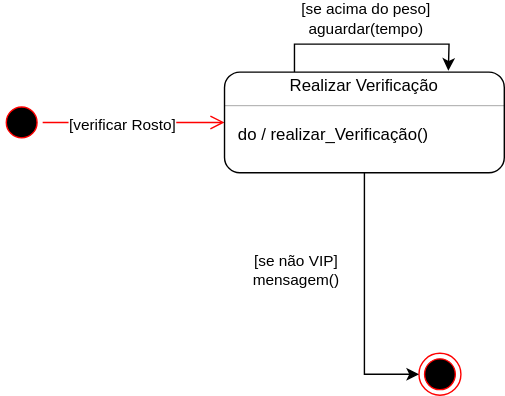
This is Diagrama-Estados/Estado-Verificar-Acesso-VIP.svg from wholocked1/Projeto-2-modelagem, a draw.io export, as it was before one commit. Source tidied: cells renumbered, new cells last; positions are measured from the earlier drawing's top-left corner, leaving out a move shared by most shapes.
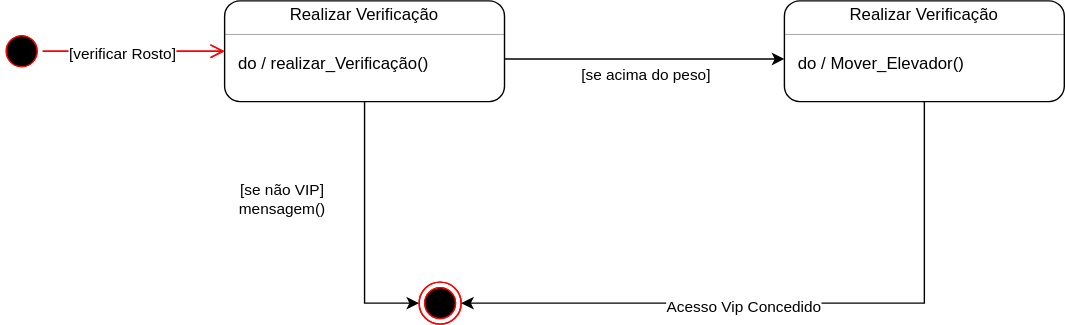
Above is the later version.

The edit, as a diff of the source:
```diff
@@ -2,55 +2,91 @@
   <root>
     <mxCell id="0" />
     <mxCell id="1" parent="0" />
-    <mxCell id="2" style="ellipse;html=1;shape=endState;fillColor=#000000;strokeColor=#ff0000;" parent="1" vertex="1">
-      <mxGeometry x="299" y="202" width="30" height="30" as="geometry" />
-    </mxCell>
-    <mxCell id="3" style="ellipse;html=1;shape=startState;fillColor=#000000;strokeColor=#ff0000;" parent="1" vertex="1">
-      <mxGeometry y="22" width="30" height="30" as="geometry" />
-    </mxCell>
-    <mxCell id="4" style="edgeStyle=orthogonalEdgeStyle;html=1;verticalAlign=bottom;endArrow=open;endSize=8;strokeColor=#ff0000;rounded=0;entryX=0;entryY=0.5;entryDx=0;entryDy=0;" parent="1" edge="1" source="3">
-      <mxGeometry relative="1" as="geometry">
-        <mxPoint x="160" y="37" as="targetPoint" />
-      </mxGeometry>
-    </mxCell>
+    <mxCell id="16" style="ellipse;html=1;shape=endState;fillColor=#000000;strokeColor=#ff0000;" parent="1" vertex="1">
+      <mxGeometry x="299" y="202" width="30" height="30" as="geometry" />
+    </mxCell>
+    <mxCell id="17" style="ellipse;html=1;shape=startState;fillColor=#000000;strokeColor=#ff0000;" parent="1" vertex="1">
+      <mxGeometry y="22" width="30" height="30" as="geometry" />
+    </mxCell>
+    <mxCell id="18" style="edgeStyle=orthogonalEdgeStyle;html=1;verticalAlign=bottom;endArrow=open;endSize=8;strokeColor=#ff0000;rounded=0;entryX=0;entryY=0.5;entryDx=0;entryDy=0;" parent="1" edge="1" source="17">
+      <mxGeometry relative="1" as="geometry">
+        <mxPoint x="160" y="37" as="targetPoint" />
+      </mxGeometry>
+    </mxCell>
+    <mxCell id="19" value="[peso Elevador]" style="edgeLabel;html=1;align=center;verticalAlign=middle;" parent="18" vertex="1">
+      <mxGeometry x="-0.14" y="-1" relative="1" as="geometry" />
+    </mxCell>
+    <mxCell id="6" style="fontStyle=1;align=center;verticalAlign=middle;horizontal=1;rounded=1;absoluteArcSize=1;arcSize=22;" parent="1" vertex="1">
+      <mxGeometry x="160" y="1" width="200" height="72" as="geometry" />
+    </mxCell>
+    <mxCell id="20" value="Realizar Verificação" style="html=1;align=center;spacing=0;verticalAlign=middle;strokeColor=none;fillColor=none;whiteSpace=wrap;" parent="6" vertex="1">
+      <mxGeometry width="200" height="20" as="geometry" />
+    </mxCell>
+    <mxCell id="21" style="line;strokeWidth=0.25;fillColor=none;align=left;verticalAlign=middle;spacingTop=-1;spacingLeft=3;spacingRight=3;labelPosition=right;" parent="6" vertex="1">
+      <mxGeometry y="20" width="200" height="8" as="geometry" />
+    </mxCell>
+    <mxCell id="22" style="html=1;align=left;spacing=0;spacingLeft=10;verticalAlign=middle;strokeColor=none;fillColor=none;whiteSpace=wrap;" parent="6" vertex="1">
+      <mxGeometry y="28" width="200" height="10" as="geometry" />
+    </mxCell>
+    <mxCell id="12" value="do / realizar_Verificação()" style="html=1;align=left;spacing=0;spacingLeft=10;verticalAlign=middle;strokeColor=none;fillColor=none;whiteSpace=wrap;" parent="6" vertex="1">
+      <mxGeometry y="38" width="200" height="14" as="geometry" />
+    </mxCell>
+    <mxCell id="23" style="html=1;align=left;spacing=0;spacingLeft=10;verticalAlign=middle;strokeColor=none;fillColor=none;whiteSpace=wrap;" parent="6" vertex="1">
+      <mxGeometry y="52" width="200" height="20" as="geometry" />
+    </mxCell>
+    <mxCell id="24" style="edgeStyle=orthogonalEdgeStyle;rounded=0;jettySize=auto;html=1;exitX=0.5;exitY=1;exitDx=0;exitDy=0;entryX=0;entryY=0.5;entryDx=0;entryDy=0;" parent="1" edge="1" source="23" target="16">
+      <mxGeometry relative="1" as="geometry" />
+    </mxCell>
+    <mxCell id="15" value="[se não VIP]&lt;br&gt;mensagem()" style="edgeLabel;html=1;align=center;verticalAlign=middle;" parent="24" vertex="1">
+      <mxGeometry x="-0.52" y="-2" relative="1" as="geometry">
+        <mxPoint x="-58" y="25" as="offset" />
+      </mxGeometry>
+    </mxCell>
+    <mxCell id="25" style="fontStyle=1;align=center;verticalAlign=middle;horizontal=1;rounded=1;absoluteArcSize=1;arcSize=22;" parent="1" vertex="1">
+      <mxGeometry x="560" y="1" width="200" height="72" as="geometry" />
+    </mxCell>
+    <mxCell id="26" value="Realizar Verificação" style="html=1;align=center;spacing=0;verticalAlign=middle;strokeColor=none;fillColor=none;whiteSpace=wrap;" parent="25" vertex="1">
+      <mxGeometry width="200" height="20" as="geometry" />
+    </mxCell>
+    <mxCell id="27" style="line;strokeWidth=0.25;fillColor=none;align=left;verticalAlign=middle;spacingTop=-1;spacingLeft=3;spacingRight=3;labelPosition=right;" parent="25" vertex="1">
+      <mxGeometry y="20" width="200" height="8" as="geometry" />
+    </mxCell>
+    <mxCell id="28" style="html=1;align=left;spacing=0;spacingLeft=10;verticalAlign=middle;strokeColor=none;fillColor=none;whiteSpace=wrap;" parent="25" vertex="1">
+      <mxGeometry y="28" width="200" height="10" as="geometry" />
+    </mxCell>
+    <mxCell id="29" value="do / Mover_Elevador()" style="html=1;align=left;spacing=0;spacingLeft=10;verticalAlign=middle;strokeColor=none;fillColor=none;whiteSpace=wrap;" parent="25" vertex="1">
+      <mxGeometry y="38" width="200" height="14" as="geometry" />
+    </mxCell>
+    <mxCell id="30" style="html=1;align=left;spacing=0;spacingLeft=10;verticalAlign=middle;strokeColor=none;fillColor=none;whiteSpace=wrap;" parent="25" vertex="1">
+      <mxGeometry y="52" width="200" height="20" as="geometry" />
+    </mxCell>
+    <mxCell id="31" style="edgeStyle=orthogonalEdgeStyle;rounded=0;jettySize=auto;html=1;exitX=1;exitY=0.25;exitDx=0;exitDy=0;entryX=0;entryY=0.25;entryDx=0;entryDy=0;" parent="1" edge="1" source="12" target="29">
+      <mxGeometry relative="1" as="geometry" />
+    </mxCell>
+    <mxCell id="32" value="[se acima do peso]" style="edgeLabel;html=1;align=center;verticalAlign=middle;" parent="31" vertex="1">
+      <mxGeometry x="0.08" y="-2" relative="1" as="geometry">
+        <mxPoint x="-8" y="9" as="offset" />
+      </mxGeometry>
+    </mxCell>
+    <mxCell id="33" style="ellipse;html=1;shape=endState;fillColor=#000000;strokeColor=#ff0000;" parent="1" vertex="1">
+      <mxGeometry x="299" y="202" width="30" height="30" as="geometry" />
+    </mxCell>
+    <mxCell id="34" style="ellipse;html=1;shape=startState;fillColor=#000000;strokeColor=#ff0000;" parent="1" vertex="1">
+      <mxGeometry y="22" width="30" height="30" as="geometry" />
+    </mxCell>
+    <mxCell id="35" style="edgeStyle=orthogonalEdgeStyle;html=1;verticalAlign=bottom;endArrow=open;endSize=8;strokeColor=#ff0000;rounded=0;entryX=0;entryY=0.5;entryDx=0;entryDy=0;" parent="1" edge="1" source="34">
+      <mxGeometry relative="1" as="geometry">
+        <mxPoint x="160" y="37" as="targetPoint" />
+      </mxGeometry>
+    </mxCell>
-    <mxCell id="5" value="[verificar Rosto]" style="edgeLabel;html=1;align=center;verticalAlign=middle;" parent="4" vertex="1">
+    <mxCell id="5" value="[verificar Rosto]" style="edgeLabel;html=1;align=center;verticalAlign=middle;" parent="35" vertex="1">
       <mxGeometry x="-0.14" y="-1" relative="1" as="geometry" />
     </mxCell>
-    <mxCell id="6" style="fontStyle=1;align=center;verticalAlign=middle;horizontal=1;rounded=1;absoluteArcSize=1;arcSize=22;" parent="1" vertex="1">
-      <mxGeometry x="160" y="1" width="200" height="72" as="geometry" />
-    </mxCell>
-    <mxCell id="7" style="edgeStyle=orthogonalEdgeStyle;rounded=0;jettySize=auto;html=1;exitX=0.25;exitY=0;exitDx=0;exitDy=0;" parent="6" edge="1" source="9">
-      <mxGeometry relative="1" as="geometry">
-        <mxPoint x="160" y="-1" as="targetPoint" />
-      </mxGeometry>
-    </mxCell>
-    <mxCell id="8" value="[se acima do peso]&lt;br&gt;aguardar(tempo)" style="edgeLabel;html=1;align=center;verticalAlign=middle;" parent="7" vertex="1">
-      <mxGeometry x="-0.05" y="2" relative="1" as="geometry">
-        <mxPoint x="-1" y="-17" as="offset" />
-      </mxGeometry>
-    </mxCell>
-    <mxCell id="9" value="Realizar Verificação" style="html=1;align=center;spacing=0;verticalAlign=middle;strokeColor=none;fillColor=none;whiteSpace=wrap;" parent="6" vertex="1">
-      <mxGeometry width="200" height="20" as="geometry" />
-    </mxCell>
-    <mxCell id="10" style="line;strokeWidth=0.25;fillColor=none;align=left;verticalAlign=middle;spacingTop=-1;spacingLeft=3;spacingRight=3;labelPosition=right;" parent="6" vertex="1">
-      <mxGeometry y="20" width="200" height="8" as="geometry" />
-    </mxCell>
-    <mxCell id="11" style="html=1;align=left;spacing=0;spacingLeft=10;verticalAlign=middle;strokeColor=none;fillColor=none;whiteSpace=wrap;" parent="6" vertex="1">
-      <mxGeometry y="28" width="200" height="10" as="geometry" />
-    </mxCell>
-    <mxCell id="12" value="do / realizar_Verificação()" style="html=1;align=left;spacing=0;spacingLeft=10;verticalAlign=middle;strokeColor=none;fillColor=none;whiteSpace=wrap;" parent="6" vertex="1">
-      <mxGeometry y="38" width="200" height="14" as="geometry" />
-    </mxCell>
-    <mxCell id="13" style="html=1;align=left;spacing=0;spacingLeft=10;verticalAlign=middle;strokeColor=none;fillColor=none;whiteSpace=wrap;" parent="6" vertex="1">
-      <mxGeometry y="52" width="200" height="20" as="geometry" />
-    </mxCell>
-    <mxCell id="14" style="edgeStyle=orthogonalEdgeStyle;rounded=0;jettySize=auto;html=1;exitX=0.5;exitY=1;exitDx=0;exitDy=0;entryX=0;entryY=0.5;entryDx=0;entryDy=0;" parent="1" edge="1" source="13" target="2">
-      <mxGeometry relative="1" as="geometry" />
-    </mxCell>
-    <mxCell id="15" value="[se não VIP]&lt;br&gt;mensagem()" style="edgeLabel;html=1;align=center;verticalAlign=middle;" parent="14" vertex="1">
-      <mxGeometry x="-0.52" y="-2" relative="1" as="geometry">
-        <mxPoint x="-48" y="25" as="offset" />
-      </mxGeometry>
-    </mxCell>
+    <mxCell id="36" style="edgeStyle=orthogonalEdgeStyle;rounded=0;jettySize=auto;html=1;exitX=0.5;exitY=1;exitDx=0;exitDy=0;entryX=1;entryY=0.5;entryDx=0;entryDy=0;" parent="1" edge="1" source="30" target="33">
+      <mxGeometry relative="1" as="geometry" />
+    </mxCell>
+    <mxCell id="37" value="Acesso Vip Concedido" style="edgeLabel;html=1;align=center;verticalAlign=middle;" parent="36" vertex="1">
+      <mxGeometry x="0.15" y="2" relative="1" as="geometry" />
+    </mxCell>
   </root>
 </mxGraphModel>
```
